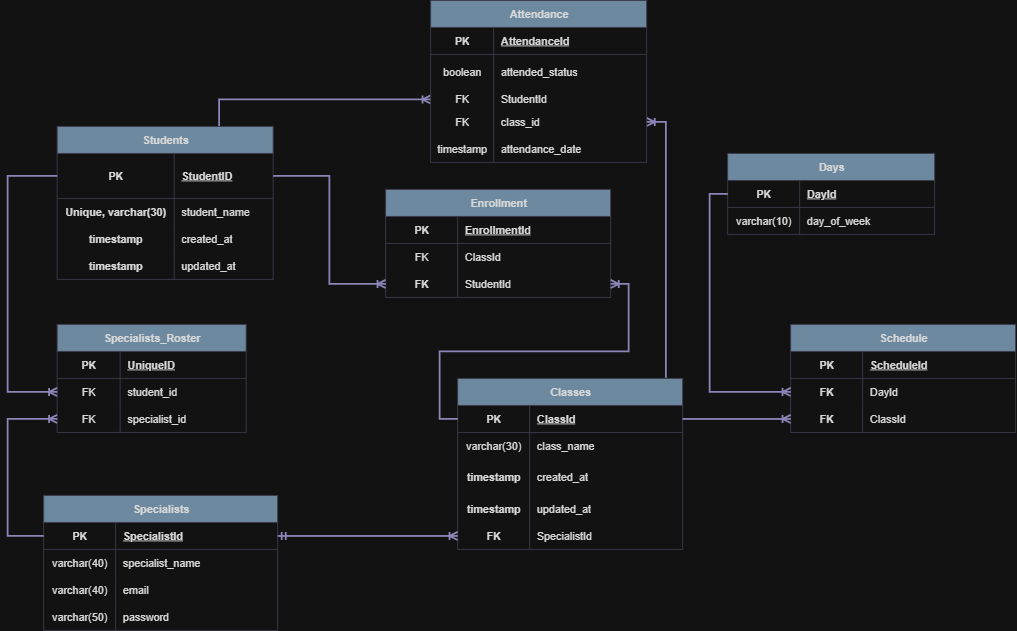
This is AttendanceTrackerApp/docs/diagrams/attendance tracker schema diagram.png from darienmiller88/AttendanceTracker, a draw.io export, as it was before one commit. Source tidied: cells renumbered, new cells last; positions are measured from the earlier drawing's top-left corner, leaving out a move shared by most shapes.
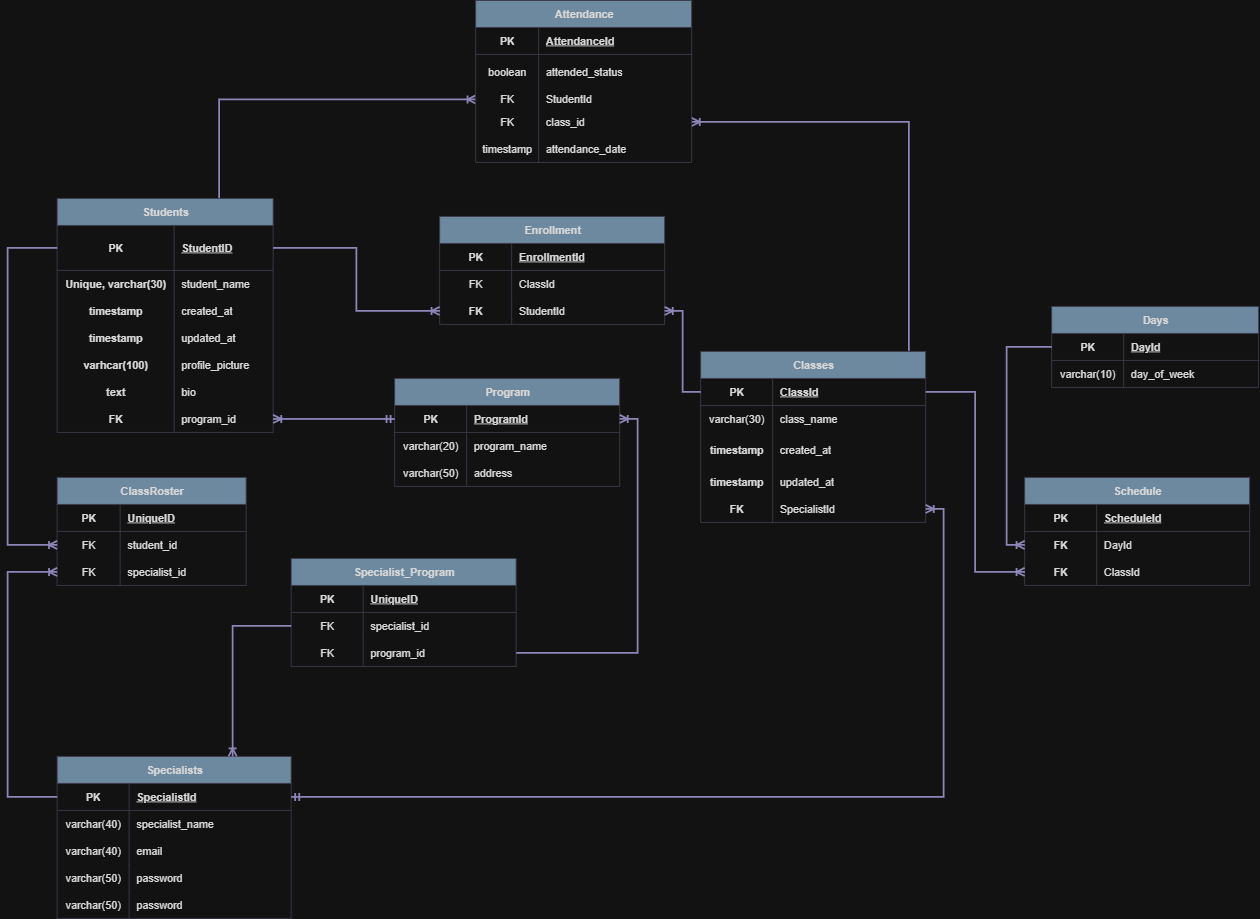
Later version of the same file.

Commit message:
chore: added new schema diagram, two new tables

What changed in the source:
```diff
@@ -6,7 +6,7 @@
       <mxGeometry relative="1" as="geometry" />
     </mxCell>
     <mxCell id="3" value="Classes" style="shape=table;startSize=30;rowLines=0;fontStyle=1;align=center;html=1;labelBackgroundColor=none;fillColor=#5D7F99;strokeColor=#D0CEE2;fontColor=#1A1A1A;" parent="1" vertex="1">
-      <mxGeometry x="500" y="420" width="250" height="190" as="geometry" />
+      <mxGeometry x="770" y="260" width="250" height="190" as="geometry" />
     </mxCell>
     <mxCell id="4" style="shape=tableRow;horizontal=0;startSize=0;swimlaneHead=0;swimlaneBody=0;fillColor=none;points=[[0,0.5],[1,0.5]];portConstraint=eastwest;top=0;left=0;right=0;bottom=1;labelBackgroundColor=none;strokeColor=#D0CEE2;fontColor=#1A1A1A;" parent="3" vertex="1">
       <mxGeometry y="30" width="250" height="30" as="geometry" />
@@ -57,7 +57,7 @@
       <mxGeometry relative="1" as="geometry" />
     </mxCell>
     <mxCell id="20" value="Students" style="shape=table;startSize=30;rowLines=0;fontStyle=1;align=center;html=1;labelBackgroundColor=none;fillColor=#5D7F99;strokeColor=#D0CEE2;fontColor=#1A1A1A;" parent="1" vertex="1">
-      <mxGeometry x="55" y="140" width="240" height="170" as="geometry" />
+      <mxGeometry x="55" y="90" width="240" height="260" as="geometry" />
     </mxCell>
     <mxCell id="21" style="shape=tableRow;horizontal=0;startSize=0;swimlaneHead=0;swimlaneBody=0;fillColor=none;points=[[0,0.5],[1,0.5]];portConstraint=eastwest;top=0;left=0;right=0;bottom=1;labelBackgroundColor=none;strokeColor=#D0CEE2;fontColor=#1A1A1A;" parent="20" vertex="1">
       <mxGeometry y="30" width="240" height="50" as="geometry" />
@@ -95,8 +95,35 @@
     <mxCell id="32" value="updated_at" style="shape=partialRectangle;fillColor=none;top=0;left=0;bottom=0;right=0;align=left;spacingLeft=6;overflow=hidden;labelBackgroundColor=none;strokeColor=#D0CEE2;fontColor=#1A1A1A;" parent="30" vertex="1">
       <mxGeometry x="130" width="110" height="30" as="geometry" />
     </mxCell>
+    <mxCell id="106" style="shape=tableRow;horizontal=0;startSize=0;swimlaneHead=0;swimlaneBody=0;fillColor=none;top=0;left=0;right=0;bottom=0;labelBackgroundColor=none;strokeColor=#D0CEE2;fontColor=#1A1A1A;" parent="20" vertex="1">
+      <mxGeometry y="170" width="240" height="30" as="geometry" />
+    </mxCell>
+    <mxCell id="107" value="varhcar(100)" style="shape=partialRectangle;fillColor=none;top=0;left=0;bottom=0;right=0;overflow=hidden;fontStyle=1;labelBackgroundColor=none;strokeColor=#D0CEE2;fontColor=#1A1A1A;" parent="106" vertex="1">
+      <mxGeometry width="130" height="30" as="geometry" />
+    </mxCell>
+    <mxCell id="108" value="profile_picture" style="shape=partialRectangle;fillColor=none;top=0;left=0;bottom=0;right=0;align=left;spacingLeft=6;overflow=hidden;labelBackgroundColor=none;strokeColor=#D0CEE2;fontColor=#1A1A1A;" parent="106" vertex="1">
+      <mxGeometry x="130" width="110" height="30" as="geometry" />
+    </mxCell>
+    <mxCell id="109" style="shape=tableRow;horizontal=0;startSize=0;swimlaneHead=0;swimlaneBody=0;fillColor=none;top=0;left=0;right=0;bottom=0;labelBackgroundColor=none;strokeColor=#D0CEE2;fontColor=#1A1A1A;" parent="20" vertex="1">
+      <mxGeometry y="200" width="240" height="30" as="geometry" />
+    </mxCell>
+    <mxCell id="110" value="text" style="shape=partialRectangle;fillColor=none;top=0;left=0;bottom=0;right=0;overflow=hidden;fontStyle=1;labelBackgroundColor=none;strokeColor=#D0CEE2;fontColor=#1A1A1A;" parent="109" vertex="1">
+      <mxGeometry width="130" height="30" as="geometry" />
+    </mxCell>
+    <mxCell id="111" value="bio" style="shape=partialRectangle;fillColor=none;top=0;left=0;bottom=0;right=0;align=left;spacingLeft=6;overflow=hidden;labelBackgroundColor=none;strokeColor=#D0CEE2;fontColor=#1A1A1A;" parent="109" vertex="1">
+      <mxGeometry x="130" width="110" height="30" as="geometry" />
+    </mxCell>
+    <mxCell id="112" style="shape=tableRow;horizontal=0;startSize=0;swimlaneHead=0;swimlaneBody=0;fillColor=none;points=[[0,0.5],[1,0.5]];portConstraint=eastwest;top=0;left=0;right=0;bottom=0;labelBackgroundColor=none;strokeColor=#D0CEE2;fontColor=#1A1A1A;" parent="20" vertex="1">
+      <mxGeometry y="230" width="240" height="30" as="geometry" />
+    </mxCell>
+    <mxCell id="113" value="FK" style="shape=partialRectangle;fillColor=none;top=0;left=0;bottom=0;right=0;overflow=hidden;fontStyle=1;labelBackgroundColor=none;strokeColor=#D0CEE2;fontColor=#1A1A1A;" parent="112" vertex="1">
+      <mxGeometry width="130" height="30" as="geometry" />
+    </mxCell>
+    <mxCell id="114" value="program_id" style="shape=partialRectangle;fillColor=none;top=0;left=0;bottom=0;right=0;align=left;spacingLeft=6;overflow=hidden;labelBackgroundColor=none;strokeColor=#D0CEE2;fontColor=#1A1A1A;" parent="112" vertex="1">
+      <mxGeometry x="130" width="110" height="30" as="geometry" />
+    </mxCell>
     <mxCell id="33" value="Attendance" style="shape=table;startSize=30;rowLines=0;fontStyle=1;align=center;html=1;labelBackgroundColor=none;fillColor=#5D7F99;strokeColor=#D0CEE2;fontColor=#1A1A1A;" parent="1" vertex="1">
-      <mxGeometry x="470" width="240" height="180" as="geometry" />
+      <mxGeometry x="520" y="-130" width="240" height="180" as="geometry" />
     </mxCell>
     <mxCell id="34" style="shape=tableRow;horizontal=0;startSize=0;swimlaneHead=0;swimlaneBody=0;fillColor=none;top=0;left=0;right=0;bottom=1;labelBackgroundColor=none;strokeColor=#D0CEE2;fontColor=#1A1A1A;" parent="33" vertex="1">
       <mxGeometry y="30" width="240" height="30" as="geometry" />
@@ -144,7 +171,7 @@
       <mxGeometry x="70" width="170" height="30" as="geometry" />
     </mxCell>
     <mxCell id="49" value="Specialists" style="shape=table;startSize=30;rowLines=0;fontStyle=1;align=center;html=1;labelBackgroundColor=none;fillColor=#5D7F99;strokeColor=#D0CEE2;fontColor=#1A1A1A;" parent="1" vertex="1">
-      <mxGeometry x="40" y="550" width="260" height="150" as="geometry" />
+      <mxGeometry x="55" y="710" width="260" height="180" as="geometry" />
     </mxCell>
     <mxCell id="50" style="shape=tableRow;horizontal=0;startSize=0;swimlaneHead=0;swimlaneBody=0;fillColor=none;points=[[0,0.5],[1,0.5]];portConstraint=eastwest;top=0;left=0;right=0;bottom=1;labelBackgroundColor=none;strokeColor=#D0CEE2;fontColor=#1A1A1A;" parent="49" vertex="1">
       <mxGeometry y="30" width="260" height="30" as="geometry" />
@@ -182,8 +209,17 @@
     <mxCell id="61" value="password" style="shape=partialRectangle;fillColor=none;top=0;left=0;bottom=0;right=0;align=left;spacingLeft=6;overflow=hidden;whiteSpace=wrap;html=1;labelBackgroundColor=none;strokeColor=#D0CEE2;fontColor=#1A1A1A;" parent="59" vertex="1">
       <mxGeometry x="80" width="180" height="30" as="geometry" />
     </mxCell>
+    <mxCell id="115" style="shape=tableRow;horizontal=0;startSize=0;swimlaneHead=0;swimlaneBody=0;fillColor=none;top=0;left=0;right=0;bottom=0;labelBackgroundColor=none;strokeColor=#D0CEE2;fontColor=#1A1A1A;" parent="49" vertex="1">
+      <mxGeometry y="150" width="260" height="30" as="geometry" />
+    </mxCell>
+    <mxCell id="116" value="varchar(50)" style="shape=partialRectangle;fillColor=none;top=0;left=0;bottom=0;right=0;overflow=hidden;whiteSpace=wrap;html=1;labelBackgroundColor=none;strokeColor=#D0CEE2;fontColor=#1A1A1A;" parent="115" vertex="1">
+      <mxGeometry width="80" height="30" as="geometry" />
+    </mxCell>
+    <mxCell id="117" value="password" style="shape=partialRectangle;fillColor=none;top=0;left=0;bottom=0;right=0;align=left;spacingLeft=6;overflow=hidden;whiteSpace=wrap;html=1;labelBackgroundColor=none;strokeColor=#D0CEE2;fontColor=#1A1A1A;" parent="115" vertex="1">
+      <mxGeometry x="80" width="180" height="30" as="geometry" />
+    </mxCell>
     <mxCell id="62" value="Days" style="shape=table;startSize=30;rowLines=0;fontStyle=1;align=center;html=1;labelBackgroundColor=none;fillColor=#5D7F99;strokeColor=#D0CEE2;fontColor=#1A1A1A;" parent="1" vertex="1">
-      <mxGeometry x="800" y="170" width="230" height="90" as="geometry" />
+      <mxGeometry x="1160" y="210" width="230" height="90" as="geometry" />
     </mxCell>
     <mxCell id="63" style="shape=tableRow;horizontal=0;startSize=0;swimlaneHead=0;swimlaneBody=0;fillColor=none;top=0;left=0;right=0;bottom=1;labelBackgroundColor=none;strokeColor=#D0CEE2;fontColor=#1A1A1A;" parent="62" vertex="1">
       <mxGeometry y="30" width="230" height="30" as="geometry" />
@@ -203,8 +239,8 @@
     <mxCell id="68" value="day_of_week" style="shape=partialRectangle;fillColor=none;top=0;left=0;bottom=0;right=0;align=left;spacingLeft=6;overflow=hidden;whiteSpace=wrap;html=1;labelBackgroundColor=none;strokeColor=#D0CEE2;fontColor=#1A1A1A;" parent="66" vertex="1">
       <mxGeometry x="80" width="150" height="30" as="geometry" />
     </mxCell>
-    <mxCell id="69" value="Specialists_Roster" style="shape=table;startSize=30;rowLines=0;fontStyle=1;align=center;html=1;labelBackgroundColor=none;fillColor=#5D7F99;strokeColor=#D0CEE2;fontColor=#1A1A1A;" parent="1" vertex="1">
-      <mxGeometry x="55" y="360" width="210" height="120" as="geometry" />
+    <mxCell id="69" value="ClassRoster" style="shape=table;startSize=30;rowLines=0;fontStyle=1;align=center;html=1;labelBackgroundColor=none;fillColor=#5D7F99;strokeColor=#D0CEE2;fontColor=#1A1A1A;" parent="1" vertex="1">
+      <mxGeometry x="55" y="400" width="210" height="120" as="geometry" />
     </mxCell>
     <mxCell id="70" style="shape=tableRow;horizontal=0;startSize=0;swimlaneHead=0;swimlaneBody=0;fillColor=none;top=0;left=0;right=0;bottom=1;labelBackgroundColor=none;strokeColor=#D0CEE2;fontColor=#1A1A1A;" parent="69" vertex="1">
       <mxGeometry y="30" width="210" height="30" as="geometry" />
@@ -236,16 +272,13 @@
     <mxCell id="79" style="edgeStyle=orthogonalEdgeStyle;fontSize=12;html=1;endArrow=ERoneToMany;startArrow=none;rounded=0;exitX=0;exitY=0.5;exitDx=0;exitDy=0;entryX=0;entryY=0.5;entryDx=0;entryDy=0;labelBackgroundColor=none;strokeColor=#736CA8;fontColor=default;startFill=0;endFill=0;strokeWidth=2;" parent="1" edge="1" source="50" target="76">
       <mxGeometry relative="1" as="geometry">
         <Array as="points">
-          <mxPoint y="595" />
-          <mxPoint y="465" />
+          <mxPoint y="755" />
+          <mxPoint y="505" />
         </Array>
       </mxGeometry>
     </mxCell>
-    <mxCell id="80" style="edgeStyle=orthogonalEdgeStyle;rounded=0;jettySize=auto;html=1;exitX=1;exitY=0.5;exitDx=0;exitDy=0;entryX=0;entryY=0.5;entryDx=0;entryDy=0;strokeColor=#736CA8;fontColor=#1A1A1A;endArrow=ERoneToMany;endFill=0;startArrow=ERmandOne;startFill=0;strokeWidth=2;" parent="1" edge="1" source="50" target="16">
-      <mxGeometry relative="1" as="geometry" />
-    </mxCell>
     <mxCell id="81" value="Enrollment" style="shape=table;startSize=30;rowLines=0;fontStyle=1;align=center;html=1;labelBackgroundColor=none;fillColor=#5D7F99;strokeColor=#D0CEE2;fontColor=#1A1A1A;" parent="1" vertex="1">
-      <mxGeometry x="420" y="210" width="250" height="120" as="geometry" />
+      <mxGeometry x="480" y="110" width="250" height="120" as="geometry" />
     </mxCell>
     <mxCell id="82" style="shape=tableRow;horizontal=0;startSize=0;swimlaneHead=0;swimlaneBody=0;fillColor=none;top=0;left=0;right=0;bottom=1;labelBackgroundColor=none;strokeColor=#D0CEE2;fontColor=#1A1A1A;" parent="81" vertex="1">
       <mxGeometry y="30" width="250" height="30" as="geometry" />
@@ -280,13 +313,13 @@
     <mxCell id="92" style="edgeStyle=orthogonalEdgeStyle;fontSize=12;html=1;endArrow=ERoneToMany;startArrow=none;rounded=0;exitX=0;exitY=0.5;exitDx=0;exitDy=0;entryX=0;entryY=0.5;entryDx=0;entryDy=0;labelBackgroundColor=none;strokeColor=#736CA8;fontColor=default;startFill=0;endFill=0;strokeWidth=2;" parent="1" edge="1" source="21" target="73">
       <mxGeometry relative="1" as="geometry">
         <Array as="points">
-          <mxPoint y="195" />
-          <mxPoint y="435" />
+          <mxPoint y="145" />
+          <mxPoint y="475" />
         </Array>
       </mxGeometry>
     </mxCell>
     <mxCell id="93" value="Schedule" style="shape=table;startSize=30;rowLines=0;fontStyle=1;align=center;html=1;labelBackgroundColor=none;fillColor=#5D7F99;strokeColor=#D0CEE2;fontColor=#1A1A1A;" parent="1" vertex="1">
-      <mxGeometry x="870" y="360" width="250" height="120" as="geometry" />
+      <mxGeometry x="1130" y="400" width="250" height="120" as="geometry" />
     </mxCell>
     <mxCell id="94" style="shape=tableRow;horizontal=0;startSize=0;swimlaneHead=0;swimlaneBody=0;fillColor=none;top=0;left=0;right=0;bottom=1;labelBackgroundColor=none;strokeColor=#D0CEE2;fontColor=#1A1A1A;" parent="93" vertex="1">
       <mxGeometry y="30" width="250" height="30" as="geometry" />
@@ -324,5 +357,77 @@
     <mxCell id="105" style="edgeStyle=orthogonalEdgeStyle;rounded=0;jettySize=auto;html=1;exitX=0;exitY=0.5;exitDx=0;exitDy=0;entryX=0;entryY=0.5;entryDx=0;entryDy=0;strokeColor=#736CA8;fontColor=#1A1A1A;strokeWidth=2;endArrow=ERoneToMany;endFill=0;" parent="1" edge="1" source="62" target="97">
       <mxGeometry relative="1" as="geometry" />
     </mxCell>
+    <mxCell id="118" value="Specialist_Program" style="shape=table;startSize=30;rowLines=0;fontStyle=1;align=center;html=1;strokeColor=#D0CEE2;fontColor=#1A1A1A;fillColor=#5D7F99;" parent="1" vertex="1">
+      <mxGeometry x="315" y="490" width="250" height="120" as="geometry" />
+    </mxCell>
+    <mxCell id="119" style="shape=tableRow;horizontal=0;startSize=0;swimlaneHead=0;swimlaneBody=0;fillColor=none;top=0;left=0;right=0;bottom=1;strokeColor=#D0CEE2;fontColor=#1A1A1A;" parent="118" vertex="1">
+      <mxGeometry y="30" width="250" height="30" as="geometry" />
+    </mxCell>
+    <mxCell id="120" value="PK" style="shape=partialRectangle;fillColor=none;top=0;left=0;bottom=0;right=0;fontStyle=1;overflow=hidden;whiteSpace=wrap;html=1;strokeColor=#D0CEE2;fontColor=#1A1A1A;" parent="119" vertex="1">
+      <mxGeometry width="80" height="30" as="geometry" />
+    </mxCell>
+    <mxCell id="121" value="UniqueID" style="shape=partialRectangle;fillColor=none;top=0;left=0;bottom=0;right=0;align=left;spacingLeft=6;fontStyle=5;overflow=hidden;whiteSpace=wrap;html=1;strokeColor=#D0CEE2;fontColor=#1A1A1A;" parent="119" vertex="1">
+      <mxGeometry x="80" width="170" height="30" as="geometry" />
+    </mxCell>
+    <mxCell id="122" style="shape=tableRow;horizontal=0;startSize=0;swimlaneHead=0;swimlaneBody=0;fillColor=none;points=[[0,0.5],[1,0.5]];portConstraint=eastwest;top=0;left=0;right=0;bottom=0;strokeColor=#D0CEE2;fontColor=#1A1A1A;" parent="118" vertex="1">
+      <mxGeometry y="60" width="250" height="30" as="geometry" />
+    </mxCell>
+    <mxCell id="123" value="FK" style="shape=partialRectangle;fillColor=none;top=0;left=0;bottom=0;right=0;overflow=hidden;whiteSpace=wrap;html=1;strokeColor=#D0CEE2;fontColor=#1A1A1A;" parent="122" vertex="1">
+      <mxGeometry width="80" height="30" as="geometry" />
+    </mxCell>
+    <mxCell id="124" value="specialist_id" style="shape=partialRectangle;fillColor=none;top=0;left=0;bottom=0;right=0;align=left;spacingLeft=6;overflow=hidden;whiteSpace=wrap;html=1;strokeColor=#D0CEE2;fontColor=#1A1A1A;" parent="122" vertex="1">
+      <mxGeometry x="80" width="170" height="30" as="geometry" />
+    </mxCell>
+    <mxCell id="125" style="shape=tableRow;horizontal=0;startSize=0;swimlaneHead=0;swimlaneBody=0;fillColor=none;points=[[0,0.5],[1,0.5]];portConstraint=eastwest;top=0;left=0;right=0;bottom=0;strokeColor=#D0CEE2;fontColor=#1A1A1A;" parent="118" vertex="1">
+      <mxGeometry y="90" width="250" height="30" as="geometry" />
+    </mxCell>
+    <mxCell id="126" value="FK" style="shape=partialRectangle;fillColor=none;top=0;left=0;bottom=0;right=0;overflow=hidden;whiteSpace=wrap;html=1;strokeColor=#D0CEE2;fontColor=#1A1A1A;" parent="125" vertex="1">
+      <mxGeometry width="80" height="30" as="geometry" />
+    </mxCell>
+    <mxCell id="127" value="program_id" style="shape=partialRectangle;fillColor=none;top=0;left=0;bottom=0;right=0;align=left;spacingLeft=6;overflow=hidden;whiteSpace=wrap;html=1;strokeColor=#D0CEE2;fontColor=#1A1A1A;" parent="125" vertex="1">
+      <mxGeometry x="80" width="170" height="30" as="geometry" />
+    </mxCell>
+    <mxCell id="128" value="Program" style="shape=table;startSize=30;rowLines=0;fontStyle=1;align=center;html=1;strokeColor=#D0CEE2;fontColor=#1A1A1A;fillColor=#5D7F99;" parent="1" vertex="1">
+      <mxGeometry x="430" y="290" width="250" height="120" as="geometry" />
+    </mxCell>
+    <mxCell id="129" style="shape=tableRow;horizontal=0;startSize=0;swimlaneHead=0;swimlaneBody=0;fillColor=none;points=[[0,0.5],[1,0.5]];portConstraint=eastwest;top=0;left=0;right=0;bottom=1;strokeColor=#D0CEE2;fontColor=#1A1A1A;" parent="128" vertex="1">
+      <mxGeometry y="30" width="250" height="30" as="geometry" />
+    </mxCell>
+    <mxCell id="130" value="PK" style="shape=partialRectangle;fillColor=none;top=0;left=0;bottom=0;right=0;fontStyle=1;overflow=hidden;whiteSpace=wrap;html=1;strokeColor=#D0CEE2;fontColor=#1A1A1A;" parent="129" vertex="1">
+      <mxGeometry width="80" height="30" as="geometry" />
+    </mxCell>
+    <mxCell id="131" value="ProgramId" style="shape=partialRectangle;fillColor=none;top=0;left=0;bottom=0;right=0;align=left;spacingLeft=6;fontStyle=5;overflow=hidden;whiteSpace=wrap;html=1;strokeColor=#D0CEE2;fontColor=#1A1A1A;" parent="129" vertex="1">
+      <mxGeometry x="80" width="170" height="30" as="geometry" />
+    </mxCell>
+    <mxCell id="132" style="shape=tableRow;horizontal=0;startSize=0;swimlaneHead=0;swimlaneBody=0;fillColor=none;top=0;left=0;right=0;bottom=0;strokeColor=#D0CEE2;fontColor=#1A1A1A;" parent="128" vertex="1">
+      <mxGeometry y="60" width="250" height="30" as="geometry" />
+    </mxCell>
+    <mxCell id="133" value="varchar(20)" style="shape=partialRectangle;fillColor=none;top=0;left=0;bottom=0;right=0;overflow=hidden;whiteSpace=wrap;html=1;strokeColor=#D0CEE2;fontColor=#1A1A1A;" parent="132" vertex="1">
+      <mxGeometry width="80" height="30" as="geometry" />
+    </mxCell>
+    <mxCell id="134" value="program_name" style="shape=partialRectangle;fillColor=none;top=0;left=0;bottom=0;right=0;align=left;spacingLeft=6;overflow=hidden;whiteSpace=wrap;html=1;strokeColor=#D0CEE2;fontColor=#1A1A1A;" parent="132" vertex="1">
+      <mxGeometry x="80" width="170" height="30" as="geometry" />
+    </mxCell>
+    <mxCell id="135" style="shape=tableRow;horizontal=0;startSize=0;swimlaneHead=0;swimlaneBody=0;fillColor=none;top=0;left=0;right=0;bottom=0;strokeColor=#D0CEE2;fontColor=#1A1A1A;" parent="128" vertex="1">
+      <mxGeometry y="90" width="250" height="30" as="geometry" />
+    </mxCell>
+    <mxCell id="136" value="varchar(50)" style="shape=partialRectangle;fillColor=none;top=0;left=0;bottom=0;right=0;overflow=hidden;whiteSpace=wrap;html=1;strokeColor=#D0CEE2;fontColor=#1A1A1A;" parent="135" vertex="1">
+      <mxGeometry width="80" height="30" as="geometry" />
+    </mxCell>
+    <mxCell id="137" value="address" style="shape=partialRectangle;fillColor=none;top=0;left=0;bottom=0;right=0;align=left;spacingLeft=6;overflow=hidden;whiteSpace=wrap;html=1;strokeColor=#D0CEE2;fontColor=#1A1A1A;" parent="135" vertex="1">
+      <mxGeometry x="80" width="170" height="30" as="geometry" />
+    </mxCell>
+    <mxCell id="138" style="edgeStyle=orthogonalEdgeStyle;rounded=0;jettySize=auto;html=1;exitX=1;exitY=0.5;exitDx=0;exitDy=0;entryX=1;entryY=0.5;entryDx=0;entryDy=0;strokeColor=#736CA8;fontColor=#1A1A1A;strokeWidth=2;endArrow=ERoneToMany;endFill=0;" parent="1" edge="1" source="125" target="129">
+      <mxGeometry relative="1" as="geometry" />
+    </mxCell>
+    <mxCell id="139" style="edgeStyle=orthogonalEdgeStyle;rounded=0;jettySize=auto;html=1;exitX=0;exitY=0.5;exitDx=0;exitDy=0;entryX=0.75;entryY=0;entryDx=0;entryDy=0;strokeColor=#736CA8;fontColor=#1A1A1A;strokeWidth=2;endArrow=ERoneToMany;endFill=0;" parent="1" edge="1" source="122" target="49">
+      <mxGeometry relative="1" as="geometry" />
+    </mxCell>
+    <mxCell id="140" style="edgeStyle=orthogonalEdgeStyle;rounded=0;jettySize=auto;html=1;exitX=0;exitY=0.5;exitDx=0;exitDy=0;entryX=1;entryY=0.5;entryDx=0;entryDy=0;strokeColor=#736CA8;fontColor=#1A1A1A;strokeWidth=2;endArrow=ERoneToMany;endFill=0;startArrow=ERmandOne;startFill=0;" parent="1" edge="1" source="129" target="112">
+      <mxGeometry relative="1" as="geometry" />
+    </mxCell>
+    <mxCell id="80" style="edgeStyle=orthogonalEdgeStyle;rounded=0;jettySize=auto;html=1;exitX=1;exitY=0.5;exitDx=0;exitDy=0;entryX=1;entryY=0.5;entryDx=0;entryDy=0;strokeColor=#736CA8;fontColor=#1A1A1A;strokeWidth=2;endArrow=ERoneToMany;endFill=0;startArrow=ERmandOne;startFill=0;" parent="1" edge="1" source="50" target="16">
+      <mxGeometry relative="1" as="geometry" />
+    </mxCell>
   </root>
 </mxGraphModel>
```
